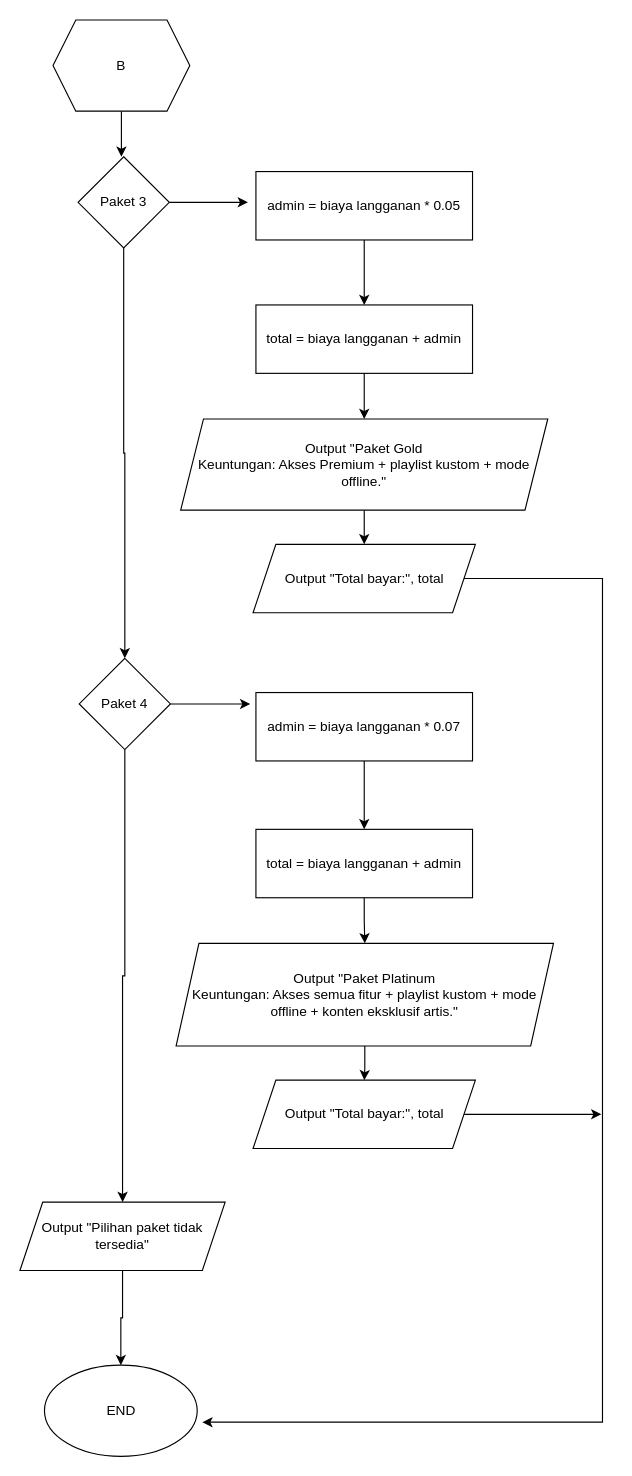
elkhuwas20/PRAKTIKUM_APD_B2-25 keeps this draw.io diagram as POSSTEST/post-test-apd-3/2509106074_NurilAkmal_PT-3 part3.drawio. Above is the earlier version. Source tidied: cells renumbered, new cells numbered last; positions are measured from the earlier drawing's top-left corner, leaving out a move shared by most shapes. Both pictures are drawn from the tidied source at 114%, with x=0, y=0 at pixel (19, 19).
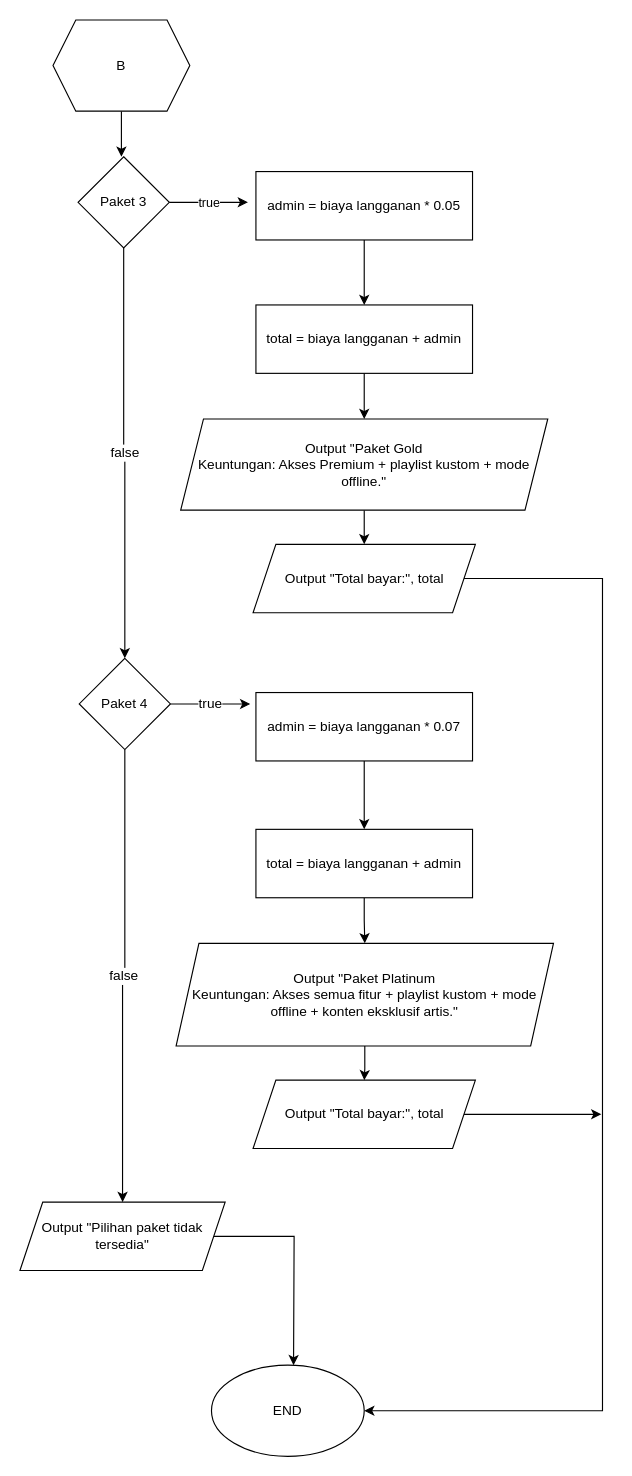
After the change.

The change refers to these unchanged cells:
```xml
<mxCell id="4" value="Paket 3" style="rhombus;whiteSpace=wrap;html=1;" parent="1" vertex="1">
  <mxGeometry x="51" y="120" width="80" height="80" as="geometry" />
</mxCell>
<mxCell id="10" value="Output &quot;Total bayar:&quot;, total" style="shape=parallelogram;perimeter=parallelogramPerimeter;whiteSpace=wrap;html=1;fixedSize=1;" parent="1" vertex="1">
  <mxGeometry x="204.5" y="460" width="195" height="60" as="geometry" />
</mxCell>
<mxCell id="15" value="Paket 4" style="rhombus;whiteSpace=wrap;html=1;" parent="1" vertex="1">
  <mxGeometry x="52" y="560" width="80" height="80" as="geometry" />
</mxCell>
<mxCell id="25" value="Output &quot;Pilihan paket tidak tersedia&quot;" style="shape=parallelogram;perimeter=parallelogramPerimeter;whiteSpace=wrap;html=1;fixedSize=1;" parent="1" vertex="1">
  <mxGeometry y="1037" width="180" height="60" as="geometry" />
</mxCell>
```

Diff of the diagram source:
```diff
@@
-    <mxCell id="2" style="edgeStyle=orthogonalEdgeStyle;rounded=0;jettySize=auto;html=1;fontFamily=Helvetica;fontSize=12;fontColor=default;" parent="1" edge="1" source="4" target="15">
+    <mxCell id="2" value="false" style="edgeStyle=orthogonalEdgeStyle;rounded=0;jettySize=auto;html=1;fontFamily=Helvetica;fontSize=12;fontColor=default;" parent="1" edge="1" source="4" target="15">
       <mxGeometry relative="1" as="geometry" />
     </mxCell>
-    <mxCell id="3" style="edgeStyle=orthogonalEdgeStyle;rounded=0;jettySize=auto;html=1;exitX=1;exitY=0.5;exitDx=0;exitDy=0;" parent="1" edge="1" source="4">
+    <mxCell id="3" value="true" style="edgeStyle=orthogonalEdgeStyle;rounded=0;jettySize=auto;html=1;exitX=1;exitY=0.5;exitDx=0;exitDy=0;" parent="1" edge="1" source="4">
       <mxGeometry relative="1" as="geometry">
         <mxPoint x="200" y="160" as="targetPoint" />
       </mxGeometry>
     </mxCell>
@@
-    <mxCell id="9" style="edgeStyle=orthogonalEdgeStyle;rounded=0;jettySize=auto;html=1;exitX=1;exitY=0.5;exitDx=0;exitDy=0;" parent="1" edge="1" source="10">
+    <mxCell id="9" style="edgeStyle=orthogonalEdgeStyle;rounded=0;jettySize=auto;html=1;exitX=1;exitY=0.5;exitDx=0;exitDy=0;entryX=1;entryY=0.5;entryDx=0;entryDy=0;" parent="1" edge="1" source="10" target="26">
       <mxGeometry relative="1" as="geometry">
-        <mxPoint x="160" y="1230" as="targetPoint" />
         <Array as="points">
           <mxPoint x="511" y="490" />
+          <mxPoint x="511" y="1220" />
         </Array>
       </mxGeometry>
     </mxCell>
@@
-    <mxCell id="13" style="edgeStyle=orthogonalEdgeStyle;rounded=0;jettySize=auto;html=1;exitX=1;exitY=0.5;exitDx=0;exitDy=0;fontFamily=Helvetica;fontSize=12;fontColor=default;" parent="1" edge="1" source="15">
+    <mxCell id="13" value="true" style="edgeStyle=orthogonalEdgeStyle;rounded=0;jettySize=auto;html=1;exitX=1;exitY=0.5;exitDx=0;exitDy=0;fontFamily=Helvetica;fontSize=12;fontColor=default;" parent="1" edge="1" source="15">
       <mxGeometry relative="1" as="geometry">
         <mxPoint x="202" y="600" as="targetPoint" />
       </mxGeometry>
     </mxCell>
-    <mxCell id="14" style="edgeStyle=orthogonalEdgeStyle;rounded=0;jettySize=auto;html=1;fontFamily=Helvetica;fontSize=12;fontColor=default;" parent="1" edge="1" source="15" target="25">
+    <mxCell id="14" value="false" style="edgeStyle=orthogonalEdgeStyle;rounded=0;jettySize=auto;html=1;fontFamily=Helvetica;fontSize=12;fontColor=default;" parent="1" edge="1" source="15" target="25">
       <mxGeometry relative="1" as="geometry" />
     </mxCell>
@@
-    <mxCell id="24" style="edgeStyle=orthogonalEdgeStyle;rounded=0;jettySize=auto;html=1;" parent="1" edge="1" source="25" target="26">
-      <mxGeometry relative="1" as="geometry" />
-    </mxCell>
+    <mxCell id="29" style="edgeStyle=orthogonalEdgeStyle;rounded=0;jettySize=auto;html=1;exitX=1;exitY=0.5;exitDx=0;exitDy=0;" parent="1" edge="1" source="25">
+      <mxGeometry relative="1" as="geometry">
+        <mxPoint x="240" y="1180" as="targetPoint" />
+      </mxGeometry>
+    </mxCell>
@@
     <mxCell id="26" value="END" style="ellipse;whiteSpace=wrap;html=1;" parent="1" vertex="1">
-      <mxGeometry x="21.5" y="1180" width="134" height="80" as="geometry" />
+      <mxGeometry x="168" y="1180" width="134" height="80" as="geometry" />
     </mxCell>
```
